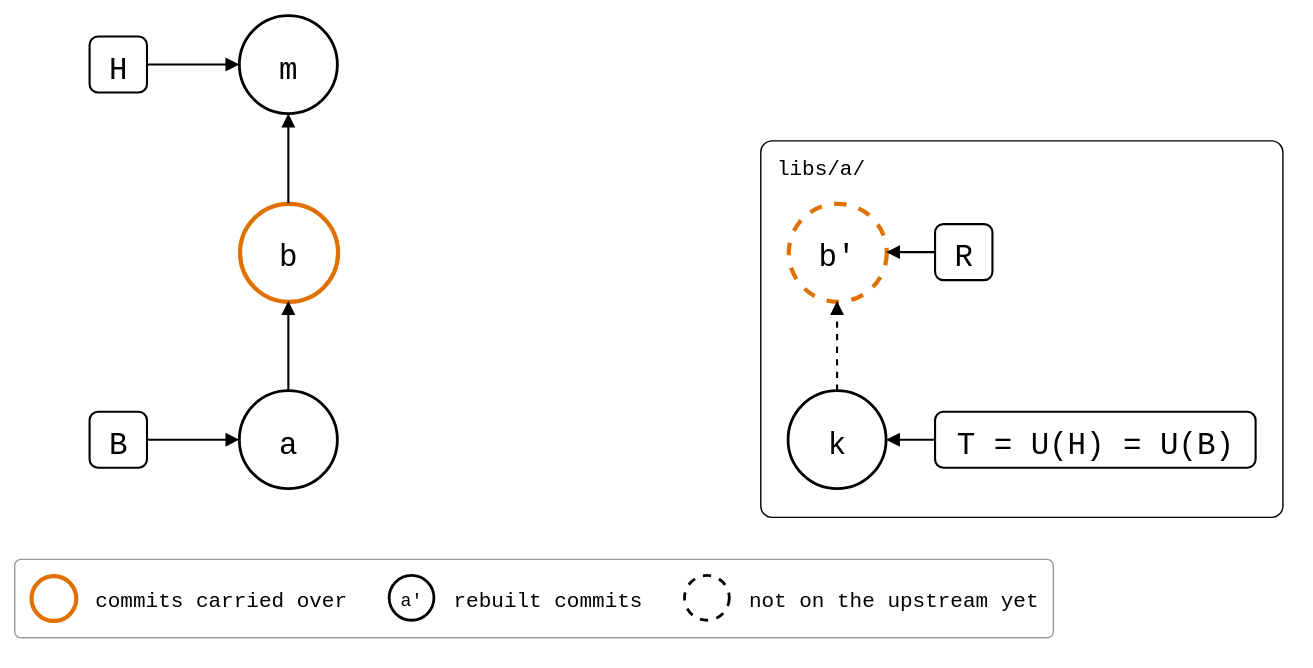
Before: docs/09-scenarios/07-moved-folders/01-moved-with-unpushed-commits/moved-with-unpushed-commits.drawio.svg, a diagram exported from draw.io (roschaefer/git-splice). Source tidied: cells renumbered, new cells last; positions are measured from the earlier drawing's top-left corner, leaving out a move shared by most shapes.
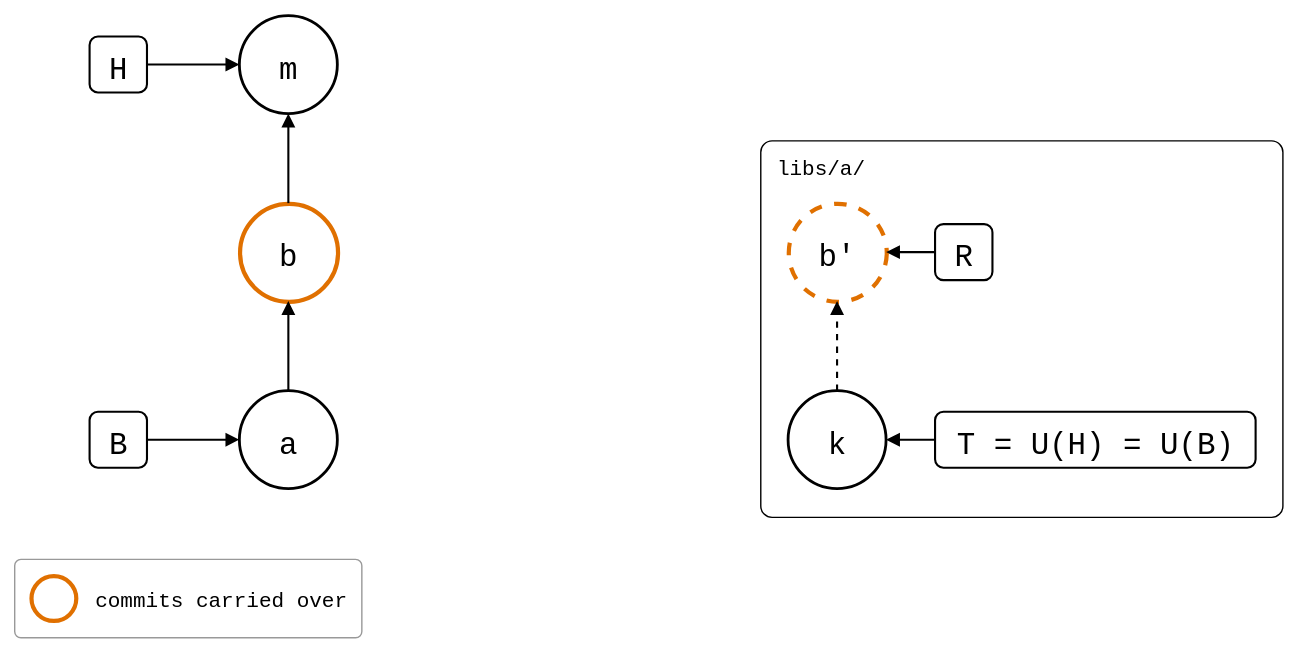
The same file after the commit.

Diff of the diagram source:
```diff
@@ -54,7 +54,7 @@
       <mxGeometry relative="1" as="geometry" />
     </mxCell>
     <mxCell id="19" style="rounded=1;arcSize=8;fillColor=none;strokeColor=#999999;strokeWidth=1;legend=1;" parent="1" vertex="1">
-      <mxGeometry y="388" width="742" height="56" as="geometry" />
+      <mxGeometry y="388" width="248" height="56" as="geometry" />
     </mxCell>
     <mxCell id="20" style="ellipse;fontSize=13;fontFamily=Roboto Mono,monospace;strokeColor=#E07000;strokeWidth=3;" parent="19" vertex="1">
       <mxGeometry x="12" y="12" width="32" height="32" as="geometry" />
@@ -62,17 +62,5 @@
     <mxCell id="21" value="commits carried over" style="text;align=left;verticalAlign=middle;fontSize=15;fontFamily=Roboto Mono,monospace;" parent="19" vertex="1">
       <mxGeometry x="56" y="12" width="180" height="32" as="geometry" />
     </mxCell>
-    <mxCell id="22" value="a'" style="ellipse;fontSize=13;fontFamily=Roboto Mono,monospace;strokeWidth=2;" parent="19" vertex="1">
-      <mxGeometry x="268" y="12" width="32" height="32" as="geometry" />
-    </mxCell>
-    <mxCell id="23" value="rebuilt commits" style="text;align=left;verticalAlign=middle;fontSize=15;fontFamily=Roboto Mono,monospace;" parent="19" vertex="1">
-      <mxGeometry x="312" y="12" width="135" height="32" as="geometry" />
-    </mxCell>
-    <mxCell id="24" style="ellipse;fontSize=13;fontFamily=Roboto Mono,monospace;strokeWidth=2;dashed=1;" parent="19" vertex="1">
-      <mxGeometry x="479" y="12" width="32" height="32" as="geometry" />
-    </mxCell>
-    <mxCell id="25" value="not on the upstream yet" style="text;align=left;verticalAlign=middle;fontSize=15;fontFamily=Roboto Mono,monospace;" parent="19" vertex="1">
-      <mxGeometry x="523" y="12" width="207" height="32" as="geometry" />
-    </mxCell>
   </root>
 </mxGraphModel>
```
